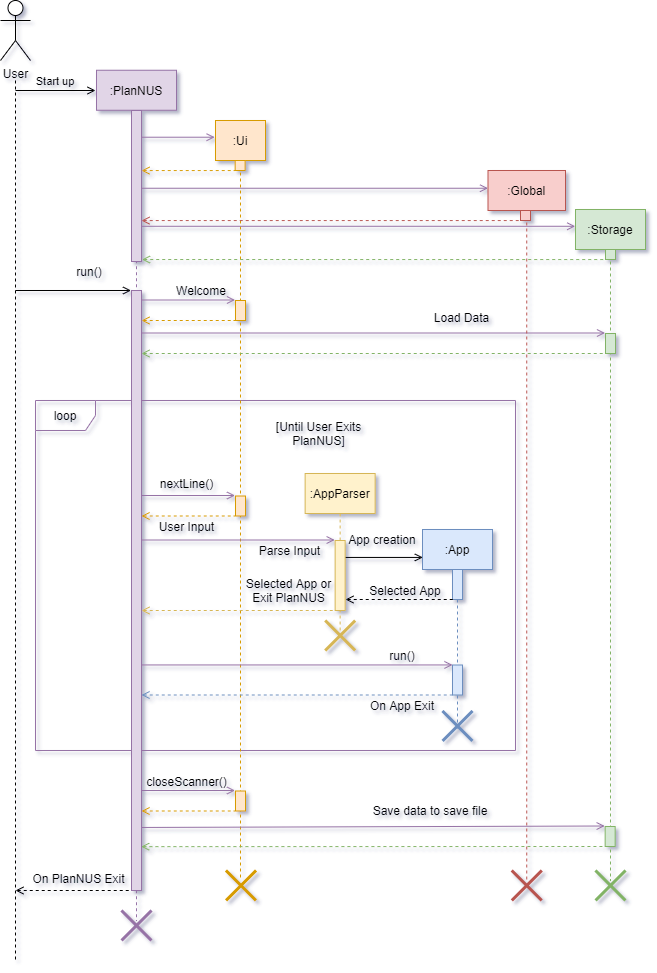
This is docs/images/DeveloperGuide/Packages_Interaction.png from vanessa-kang/tp, a draw.io export, as it was before one commit. Source tidied: cells renumbered, new cells last; positions are measured from the earlier drawing's top-left corner, leaving out a move shared by most shapes.
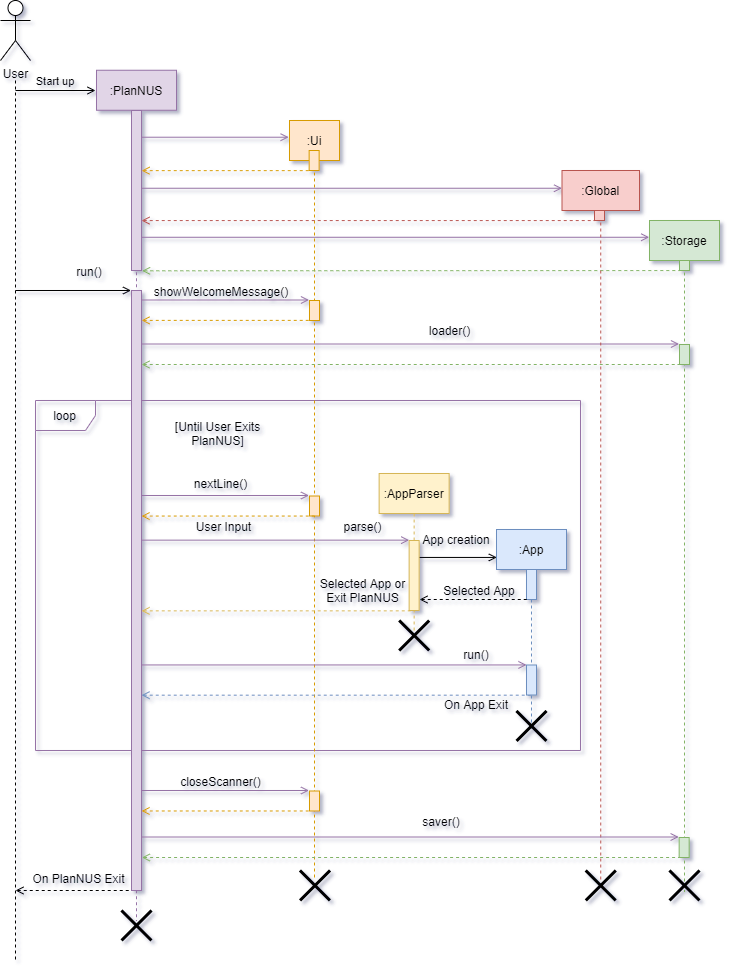
After the change.

Diff of the diagram source:
```diff
@@ -5,3 +5,3 @@
     <mxCell id="2" value="loop" style="shape=umlFrame;whiteSpace=wrap;html=1;strokeColor=#9673A6;fillColor=none;fontColor=#000000;" parent="1" vertex="1">
-      <mxGeometry x="35" y="400" width="480" height="350" as="geometry" />
+      <mxGeometry x="-39" y="400" width="545" height="350" as="geometry" />
     </mxCell>
@@ -15,4 +15,4 @@
       <mxGeometry relative="1" as="geometry">
-        <mxPoint x="15" y="80" as="sourcePoint" />
-        <mxPoint x="15" y="960" as="targetPoint" />
+        <mxPoint x="-59" y="80" as="sourcePoint" />
+        <mxPoint x="-59" y="960" as="targetPoint" />
       </mxGeometry>
@@ -20,3 +20,3 @@
     <mxCell id="6" value=":PlanNUS" style="shape=umlLifeline;perimeter=lifelinePerimeter;rounded=0;shadow=0;strokeWidth=1;fillColor=#e1d5e7;strokeColor=#9673a6;" parent="1" vertex="1">
-      <mxGeometry x="96" y="69.8" width="80" height="850.2" as="geometry" />
+      <mxGeometry x="22" y="69.8" width="80" height="850.2" as="geometry" />
     </mxCell>
@@ -26,3 +26,3 @@
     <mxCell id="8" value="User" style="shape=umlActor;verticalLabelPosition=bottom;verticalAlign=top;html=1;" parent="1" vertex="1">
-      <mxGeometry width="30" height="60" as="geometry" />
+      <mxGeometry x="-74" width="30" height="60" as="geometry" />
     </mxCell>
@@ -40,3 +40,3 @@
     <mxCell id="12" value=":Storage" style="shape=umlLifeline;perimeter=lifelinePerimeter;rounded=0;shadow=0;strokeWidth=1;fillColor=#d5e8d4;strokeColor=#82b366;" parent="1" vertex="1">
-      <mxGeometry x="575" y="209" width="70" height="671" as="geometry" />
+      <mxGeometry x="575" y="220" width="70" height="671" as="geometry" />
     </mxCell>
@@ -56,5 +56,4 @@
     </mxCell>
-    <mxCell id="17" style="endArrow=none;html=1;strokeWidth=1;anchorPointDirection=0;endFill=0;entryX=-0.048;entryY=-0.025;entryDx=0;entryDy=0;entryPerimeter=0;endSize=6;startSize=6;snapToPoint=1;startArrow=open;startFill=0;dashed=1;fillColor=#d5e8d4;strokeColor=#82b366;exitX=1.002;exitY=0.896;exitDx=0;exitDy=0;exitPerimeter=0;" parent="12" edge="1">
+    <mxCell id="17" style="endArrow=none;html=1;strokeWidth=1;anchorPointDirection=0;endFill=0;entryX=-0.048;entryY=-0.025;entryDx=0;entryDy=0;entryPerimeter=0;endSize=6;startSize=6;snapToPoint=1;startArrow=open;startFill=0;dashed=1;fillColor=#d5e8d4;strokeColor=#82b366;exitX=1.035;exitY=0.945;exitDx=0;exitDy=0;exitPerimeter=0;" parent="12" edge="1" source="64">
       <mxGeometry relative="1" as="geometry">
-        <mxPoint x="-434.3" y="637.2" as="sourcePoint" />
         <mxPoint x="28.8" y="637" as="targetPoint" />
@@ -67,3 +66,3 @@
     </mxCell>
-    <mxCell id="19" style="endArrow=none;dashed=1;html=1;strokeWidth=1;entryX=-0.003;entryY=1.008;entryDx=0;entryDy=0;entryPerimeter=0;startArrow=open;startFill=0;anchorPointDirection=0;fillColor=#d5e8d4;strokeColor=#82b366;exitX=1.049;exitY=0.987;exitDx=0;exitDy=0;exitPerimeter=0;" parent="1" edge="1" source="20" target="13">
+    <mxCell id="19" style="endArrow=none;dashed=1;html=1;strokeWidth=1;entryX=-0.003;entryY=1.008;entryDx=0;entryDy=0;entryPerimeter=0;startArrow=open;startFill=0;anchorPointDirection=0;fillColor=#d5e8d4;strokeColor=#82b366;exitX=1.057;exitY=1.002;exitDx=0;exitDy=0;exitPerimeter=0;" parent="1" edge="1" source="20" target="13">
       <mxGeometry relative="1" as="geometry" />
@@ -71,8 +70,8 @@
     <mxCell id="20" style="points=[];perimeter=orthogonalPerimeter;rounded=0;shadow=0;strokeWidth=1;fillColor=#E1D5E7;strokeColor=#9673A6;fontColor=#9673A6;" parent="1" vertex="1">
-      <mxGeometry x="131" y="110" width="10" height="151" as="geometry" />
+      <mxGeometry x="57" y="110" width="10" height="160" as="geometry" />
     </mxCell>
     <mxCell id="21" value="Start up" style="verticalAlign=bottom;startArrow=none;endArrow=open;startSize=8;shadow=0;strokeWidth=1;startFill=0;endFill=0;labelBackgroundColor=none;" parent="1" edge="1">
-      <mxGeometry x="250" y="91" as="geometry">
-        <mxPoint x="15" y="90" as="sourcePoint" />
-        <mxPoint x="95" y="90" as="targetPoint" />
+      <mxGeometry x="195" y="91" as="geometry">
+        <mxPoint x="-59" y="90" as="sourcePoint" />
+        <mxPoint x="21" y="90" as="targetPoint" />
       </mxGeometry>
@@ -81,21 +80,19 @@
       <mxGeometry relative="1" as="geometry">
-        <mxPoint x="15" y="290" as="sourcePoint" />
+        <mxPoint x="-59" y="290" as="sourcePoint" />
       </mxGeometry>
     </mxCell>
-    <mxCell id="23" style="endArrow=none;html=1;strokeWidth=1;anchorPointDirection=0;endFill=0;entryX=-0.048;entryY=-0.025;entryDx=0;entryDy=0;entryPerimeter=0;endSize=6;startSize=6;snapToPoint=1;startArrow=open;startFill=0;dashed=1;fillColor=#ffe6cc;strokeColor=#d79b00;" parent="1" edge="1" source="64">
-      <mxGeometry relative="1" as="geometry">
-        <mxPoint x="234.1" y="320" as="targetPoint" />
-      </mxGeometry>
+    <mxCell id="23" style="endArrow=none;html=1;strokeWidth=1;anchorPointDirection=0;endFill=0;entryX=0.536;entryY=0.263;entryDx=0;entryDy=0;entryPerimeter=0;endSize=6;startSize=6;snapToPoint=1;startArrow=open;startFill=0;dashed=1;fillColor=#ffe6cc;strokeColor=#d79b00;" parent="1" edge="1" source="64" target="7">
+      <mxGeometry relative="1" as="geometry" />
     </mxCell>
-    <mxCell id="24" value="Welcome" style="text;html=1;strokeColor=none;fillColor=none;align=center;verticalAlign=middle;whiteSpace=wrap;rounded=0;" parent="1" vertex="1">
-      <mxGeometry x="176" y="280" width="50" height="20" as="geometry" />
+    <mxCell id="24" value="showWelcomeMessage()" style="text;html=1;strokeColor=none;fillColor=none;align=center;verticalAlign=middle;whiteSpace=wrap;rounded=0;" parent="1" vertex="1">
+      <mxGeometry x="67" y="281" width="159.5" height="20" as="geometry" />
     </mxCell>
-    <mxCell id="25" value="Load Data" style="text;html=1;strokeColor=none;fillColor=none;align=center;verticalAlign=middle;whiteSpace=wrap;rounded=0;" parent="1" vertex="1">
-      <mxGeometry x="431" y="307" width="61" height="20" as="geometry" />
+    <mxCell id="25" value="loader()" style="text;html=1;strokeColor=none;fillColor=none;align=center;verticalAlign=middle;whiteSpace=wrap;rounded=0;" parent="1" vertex="1">
+      <mxGeometry x="344.6" y="320" width="61" height="20" as="geometry" />
     </mxCell>
     <mxCell id="26" value="nextLine()" style="text;html=1;strokeColor=none;fillColor=none;align=center;verticalAlign=middle;whiteSpace=wrap;rounded=0;" parent="1" vertex="1">
-      <mxGeometry x="158" y="473" width="57" height="20" as="geometry" />
+      <mxGeometry x="118.2" y="473" width="57" height="20" as="geometry" />
     </mxCell>
     <mxCell id="27" value="User Input" style="text;html=1;strokeColor=none;fillColor=none;align=center;verticalAlign=middle;whiteSpace=wrap;rounded=0;" parent="1" vertex="1">
-      <mxGeometry x="155" y="515.5" width="63" height="20" as="geometry" />
+      <mxGeometry x="118.2" y="515.5" width="63" height="20" as="geometry" />
     </mxCell>
@@ -104,4 +101,4 @@
     </mxCell>
-    <mxCell id="29" value="Parse Input" style="text;html=1;strokeColor=none;fillColor=none;align=center;verticalAlign=middle;whiteSpace=wrap;rounded=0;" parent="1" vertex="1">
-      <mxGeometry x="255.5" y="540" width="67" height="20" as="geometry" />
+    <mxCell id="29" value="parse()" style="text;html=1;strokeColor=none;fillColor=none;align=center;verticalAlign=middle;whiteSpace=wrap;rounded=0;" parent="1" vertex="1">
+      <mxGeometry x="255" y="515.5" width="67" height="20" as="geometry" />
     </mxCell>
@@ -110,6 +107,4 @@
     </mxCell>
-    <mxCell id="31" style="endArrow=open;html=1;strokeWidth=1;anchorPointDirection=0;endFill=0;endSize=6;startSize=6;snapToPoint=1;fillColor=#e1d5e7;strokeColor=#9673a6;" parent="1" edge="1" source="64">
-      <mxGeometry relative="1" as="geometry">
-        <mxPoint x="334.2" y="539.5" as="targetPoint" />
-      </mxGeometry>
+    <mxCell id="31" style="endArrow=open;html=1;strokeWidth=1;anchorPointDirection=0;endFill=0;endSize=6;startSize=6;snapToPoint=1;fillColor=#e1d5e7;strokeColor=#9673a6;entryX=0.003;entryY=-0.005;entryDx=0;entryDy=0;entryPerimeter=0;" parent="1" edge="1" source="64" target="36">
+      <mxGeometry relative="1" as="geometry" />
     </mxCell>
@@ -130,6 +125,4 @@
     </mxCell>
-    <mxCell id="37" style="endArrow=none;html=1;strokeWidth=1;anchorPointDirection=0;endFill=0;entryX=-0.048;entryY=-0.025;entryDx=0;entryDy=0;entryPerimeter=0;endSize=6;startSize=6;snapToPoint=1;startArrow=open;startFill=0;dashed=1;fillColor=#fff2cc;strokeColor=#d6b656;" parent="1" edge="1" source="64">
-      <mxGeometry x="430" y="420" as="geometry">
-        <mxPoint x="333.8" y="610" as="targetPoint" />
-      </mxGeometry>
+    <mxCell id="37" style="endArrow=none;html=1;strokeWidth=1;anchorPointDirection=0;endFill=0;entryX=0.491;entryY=0.875;entryDx=0;entryDy=0;entryPerimeter=0;endSize=6;startSize=6;snapToPoint=1;startArrow=open;startFill=0;dashed=1;fillColor=#fff2cc;strokeColor=#d6b656;" parent="1" edge="1" source="64" target="28">
+      <mxGeometry x="375" y="420" as="geometry" />
     </mxCell>
@@ -138,6 +131,4 @@
     </mxCell>
-    <mxCell id="39" style="endArrow=none;html=1;strokeWidth=1;anchorPointDirection=0;endFill=0;entryX=-0.048;entryY=-0.025;entryDx=0;entryDy=0;entryPerimeter=0;endSize=6;startSize=6;snapToPoint=1;startArrow=open;startFill=0;dashed=1;fillColor=#dae8fc;strokeColor=#6c8ebf;" parent="1" edge="1" source="64">
-      <mxGeometry relative="1" as="geometry">
-        <mxPoint x="453.3" y="694.5" as="targetPoint" />
-      </mxGeometry>
+    <mxCell id="39" style="endArrow=none;html=1;strokeWidth=1;anchorPointDirection=0;endFill=0;entryX=0.6;entryY=1.006;entryDx=0;entryDy=0;entryPerimeter=0;endSize=6;startSize=6;snapToPoint=1;startArrow=open;startFill=0;dashed=1;fillColor=#dae8fc;strokeColor=#6c8ebf;" parent="1" edge="1" source="64" target="44">
+      <mxGeometry relative="1" as="geometry" />
     </mxCell>
@@ -153,3 +144,3 @@
     <mxCell id="43" style="endArrow=none;html=1;strokeWidth=1;anchorPointDirection=0;endFill=0;entryX=-0.048;entryY=-0.025;entryDx=0;entryDy=0;entryPerimeter=0;endSize=6;startSize=6;snapToPoint=1;startArrow=open;startFill=0;dashed=1;" parent="1" edge="1">
-      <mxGeometry x="547" y="549" as="geometry">
+      <mxGeometry x="566" y="549" as="geometry">
         <mxPoint x="345" y="599" as="sourcePoint" />
@@ -161,3 +152,3 @@
     </mxCell>
-    <mxCell id="45" style="shape=umlDestroy;whiteSpace=wrap;html=1;strokeWidth=3;fillColor=#fff2cc;strokeColor=#d6b656;" parent="1" vertex="1">
+    <mxCell id="45" style="shape=umlDestroy;whiteSpace=wrap;html=1;strokeWidth=3;fillColor=#fff2cc;" parent="1" vertex="1">
       <mxGeometry x="324.6" y="620" width="30" height="30" as="geometry" />
@@ -165,3 +156,3 @@
     <mxCell id="46" style="points=[];perimeter=orthogonalPerimeter;rounded=0;shadow=0;strokeWidth=1;fillColor=#ffe6cc;strokeColor=#d79b00;" parent="1" vertex="1">
-      <mxGeometry x="234.6" y="160" width="10" height="10" as="geometry" />
+      <mxGeometry x="234.6" y="150" width="10" height="20" as="geometry" />
     </mxCell>
@@ -174,10 +165,8 @@
     <mxCell id="49" style="endArrow=open;html=1;strokeWidth=1;anchorPointDirection=0;endFill=0;entryX=-0.048;entryY=-0.025;entryDx=0;entryDy=0;entryPerimeter=0;endSize=6;startSize=6;snapToPoint=1;fillColor=#e1d5e7;strokeColor=#9673a6;" parent="1" edge="1" source="64" target="48">
-      <mxGeometry x="340" y="110" as="geometry" />
+      <mxGeometry x="285" y="110" as="geometry" />
     </mxCell>
-    <mxCell id="50" style="endArrow=none;html=1;strokeWidth=1;anchorPointDirection=0;endFill=0;entryX=-0.048;entryY=-0.025;entryDx=0;entryDy=0;entryPerimeter=0;endSize=6;startSize=6;snapToPoint=1;startArrow=open;startFill=0;dashed=1;fillColor=#ffe6cc;strokeColor=#d79b00;" parent="1" edge="1" source="64">
-      <mxGeometry x="340" y="110" as="geometry">
-        <mxPoint x="234.1" y="515.5" as="targetPoint" />
-      </mxGeometry>
+    <mxCell id="50" style="endArrow=none;html=1;strokeWidth=1;anchorPointDirection=0;endFill=0;entryX=0.522;entryY=1.003;entryDx=0;entryDy=0;entryPerimeter=0;endSize=6;startSize=6;snapToPoint=1;startArrow=open;startFill=0;dashed=1;fillColor=#ffe6cc;strokeColor=#d79b00;" parent="1" edge="1" source="64" target="48">
+      <mxGeometry x="285" y="110" as="geometry" />
     </mxCell>
-    <mxCell id="51" style="shape=umlDestroy;whiteSpace=wrap;html=1;strokeWidth=3;fillColor=#dae8fc;strokeColor=#6c8ebf;" parent="1" vertex="1">
+    <mxCell id="51" style="shape=umlDestroy;whiteSpace=wrap;html=1;strokeWidth=3;fillColor=#dae8fc;" parent="1" vertex="1">
       <mxGeometry x="442" y="710.5" width="30" height="30" as="geometry" />
@@ -185,6 +174,6 @@
     <mxCell id="52" value="[Until User Exits PlanNUS]" style="text;html=1;strokeColor=none;fillColor=none;align=center;verticalAlign=middle;whiteSpace=wrap;rounded=0;fontColor=#000000;" parent="1" vertex="1">
-      <mxGeometry x="251.6" y="400" width="133.4" height="65" as="geometry" />
+      <mxGeometry x="77" y="400" width="133.4" height="65" as="geometry" />
     </mxCell>
     <mxCell id="53" value="closeScanner()" style="text;html=1;strokeColor=none;fillColor=none;align=center;verticalAlign=middle;whiteSpace=wrap;rounded=0;" parent="1" vertex="1">
-      <mxGeometry x="158" y="770.5" width="57" height="20" as="geometry" />
+      <mxGeometry x="118.2" y="770.5" width="57" height="20" as="geometry" />
     </mxCell>
@@ -194,11 +183,9 @@
     <mxCell id="55" style="endArrow=open;html=1;strokeWidth=1;anchorPointDirection=0;endFill=0;entryX=-0.048;entryY=-0.025;entryDx=0;entryDy=0;entryPerimeter=0;endSize=6;startSize=6;snapToPoint=1;fillColor=#e1d5e7;strokeColor=#9673a6;" parent="1" edge="1" source="6" target="54">
-      <mxGeometry x="340" y="405" as="geometry" />
+      <mxGeometry x="285" y="405" as="geometry" />
     </mxCell>
-    <mxCell id="56" style="endArrow=none;html=1;strokeWidth=1;anchorPointDirection=0;endFill=0;entryX=-0.048;entryY=-0.025;entryDx=0;entryDy=0;entryPerimeter=0;endSize=6;startSize=6;snapToPoint=1;startArrow=open;startFill=0;dashed=1;fillColor=#ffe6cc;strokeColor=#d79b00;" parent="1" edge="1" source="64">
-      <mxGeometry x="340" y="405" as="geometry">
-        <mxPoint x="234.1" y="810.5" as="targetPoint" />
-      </mxGeometry>
+    <mxCell id="56" style="endArrow=none;html=1;strokeWidth=1;anchorPointDirection=0;endFill=0;endSize=6;startSize=6;snapToPoint=1;startArrow=open;startFill=0;dashed=1;fillColor=#ffe6cc;strokeColor=#d79b00;entryX=-0.021;entryY=0.999;entryDx=0;entryDy=0;entryPerimeter=0;" parent="1" edge="1" source="64" target="54">
+      <mxGeometry x="285" y="405" as="geometry" />
     </mxCell>
-    <mxCell id="57" value="Save data to save file" style="text;html=1;strokeColor=none;fillColor=none;align=center;verticalAlign=middle;whiteSpace=wrap;rounded=0;" parent="1" vertex="1">
-      <mxGeometry x="368" y="800" width="124" height="20" as="geometry" />
+    <mxCell id="57" value="saver()" style="text;html=1;strokeColor=none;fillColor=none;align=center;verticalAlign=middle;whiteSpace=wrap;rounded=0;" parent="1" vertex="1">
+      <mxGeometry x="304.6" y="810.5" width="124" height="20" as="geometry" />
     </mxCell>
@@ -215,3 +202,3 @@
     </mxCell>
-    <mxCell id="61" style="shape=umlDestroy;whiteSpace=wrap;html=1;strokeWidth=3;fillColor=#ffe6cc;strokeColor=#d79b00;" parent="1" vertex="1">
+    <mxCell id="61" style="shape=umlDestroy;whiteSpace=wrap;html=1;strokeWidth=3;fillColor=#f5f5f5;fontColor=#333333;" parent="1" vertex="1">
       <mxGeometry x="225.5" y="870" width="30" height="30" as="geometry" />
@@ -219,18 +206,16 @@
     <mxCell id="62" style="endArrow=none;html=1;strokeWidth=1;anchorPointDirection=0;endFill=0;entryX=0.51;entryY=1;entryDx=0;entryDy=0;entryPerimeter=0;endSize=6;startSize=6;snapToPoint=1;startArrow=open;startFill=0;dashed=1;" parent="1" edge="1" target="64">
-      <mxGeometry x="267.4" y="594.3" as="geometry">
-        <mxPoint x="15" y="890" as="sourcePoint" />
+      <mxGeometry x="212.4" y="594.3" as="geometry">
+        <mxPoint x="-59" y="890" as="sourcePoint" />
       </mxGeometry>
     </mxCell>
-    <mxCell id="63" style="endArrow=open;html=1;strokeWidth=1;anchorPointDirection=0;endFill=0;entryX=-0.048;entryY=-0.025;entryDx=0;entryDy=0;entryPerimeter=0;endSize=6;startSize=6;snapToPoint=1;exitX=0.034;exitY=0.869;exitDx=0;exitDy=0;exitPerimeter=0;fillColor=#e1d5e7;strokeColor=#9673a6;" parent="1" edge="1" target="16">
-      <mxGeometry relative="1" as="geometry">
-        <mxPoint x="131" y="827" as="sourcePoint" />
-      </mxGeometry>
+    <mxCell id="63" style="endArrow=open;html=1;strokeWidth=1;anchorPointDirection=0;endFill=0;entryX=-0.048;entryY=-0.025;entryDx=0;entryDy=0;entryPerimeter=0;endSize=6;startSize=6;snapToPoint=1;fillColor=#e1d5e7;strokeColor=#9673a6;" parent="1" edge="1" source="6" target="16">
+      <mxGeometry relative="1" as="geometry" />
     </mxCell>
     <mxCell id="64" style="points=[];perimeter=orthogonalPerimeter;rounded=0;shadow=0;strokeWidth=1;fillColor=#e1d5e7;strokeColor=#9673a6;" parent="1" vertex="1">
-      <mxGeometry x="131" y="290" width="10" height="600" as="geometry" />
+      <mxGeometry x="57" y="290" width="10" height="600" as="geometry" />
     </mxCell>
-    <mxCell id="65" style="shape=umlDestroy;whiteSpace=wrap;html=1;strokeWidth=3;fillColor=#f8cecc;strokeColor=#b85450;" parent="1" vertex="1">
+    <mxCell id="65" style="shape=umlDestroy;whiteSpace=wrap;html=1;strokeWidth=3;fillColor=#f8cecc;" parent="1" vertex="1">
       <mxGeometry x="511.2" y="870" width="30" height="30" as="geometry" />
     </mxCell>
-    <mxCell id="66" style="shape=umlDestroy;whiteSpace=wrap;html=1;strokeWidth=3;fillColor=#d5e8d4;strokeColor=#82b366;" parent="1" vertex="1">
+    <mxCell id="66" style="shape=umlDestroy;whiteSpace=wrap;html=1;strokeWidth=3;fillColor=#d5e8d4;" parent="1" vertex="1">
       <mxGeometry x="595" y="870" width="30" height="30" as="geometry" />
@@ -238,9 +223,9 @@
     <mxCell id="67" value="On PlanNUS Exit" style="text;html=1;strokeColor=none;fillColor=none;align=center;verticalAlign=middle;whiteSpace=wrap;rounded=0;fontColor=#000000;" parent="1" vertex="1">
-      <mxGeometry x="24.5" y="870" width="106.5" height="15" as="geometry" />
+      <mxGeometry x="-49.5" y="870" width="106.5" height="15" as="geometry" />
     </mxCell>
-    <mxCell id="68" style="shape=umlDestroy;whiteSpace=wrap;html=1;strokeWidth=3;fillColor=#e1d5e7;strokeColor=#9673a6;" parent="1" vertex="1">
-      <mxGeometry x="121" y="910" width="30" height="30" as="geometry" />
+    <mxCell id="68" style="shape=umlDestroy;whiteSpace=wrap;html=1;strokeWidth=3;fillColor=#e1d5e7;" parent="1" vertex="1">
+      <mxGeometry x="47" y="910" width="30" height="30" as="geometry" />
     </mxCell>
     <mxCell id="69" value="run()" style="text;html=1;strokeColor=none;fillColor=none;align=center;verticalAlign=middle;whiteSpace=wrap;rounded=0;" parent="1" vertex="1">
-      <mxGeometry x="63.5" y="261" width="50" height="20" as="geometry" />
+      <mxGeometry x="-10.5" y="261" width="50" height="20" as="geometry" />
     </mxCell>
```
